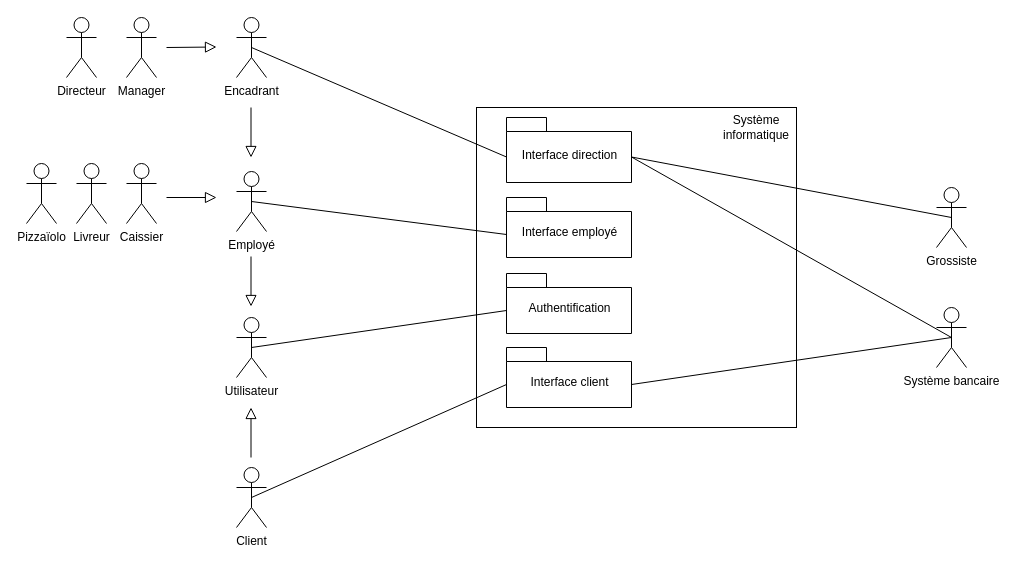
Above: Diagramme de packages.drawio in damien-devpy/OC-P4 (draw.io), before the change. Source tidied: cells renumbered, new cells numbered last; positions are measured from the earlier drawing's top-left corner, leaving out a move shared by most shapes. Both pictures are drawn from the tidied source at 100%, with x=0, y=0 at pixel (26, 17).
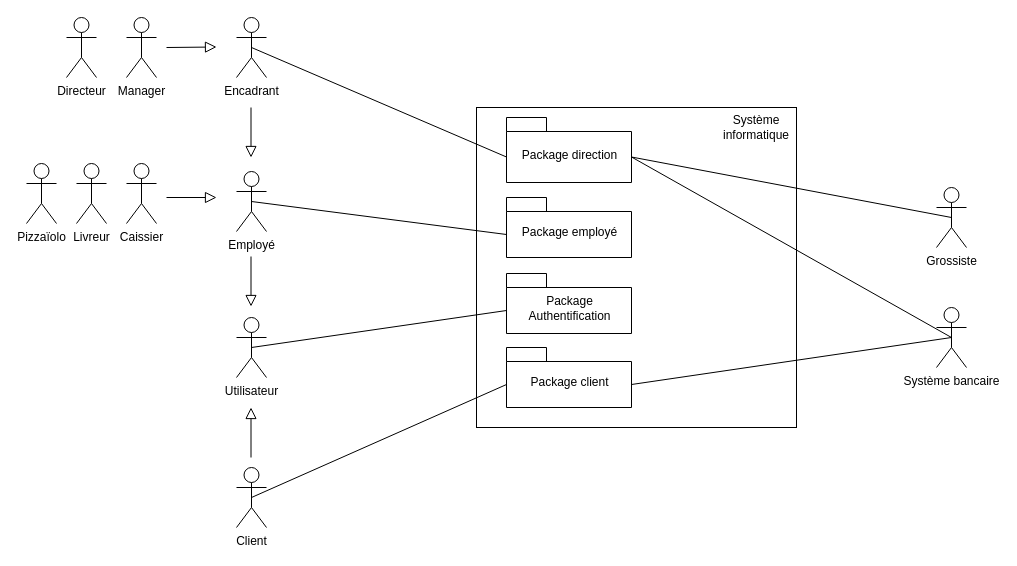
The same page after the edit.

Change to the diagram source:
```diff
@@
-    <mxCell id="4" value="&lt;span style=&quot;font-weight: normal&quot;&gt;Authentification&lt;/span&gt;" style="shape=folder;fontStyle=1;spacingTop=10;tabWidth=40;tabHeight=14;tabPosition=left;html=1;" parent="1" vertex="1">
+    <mxCell id="4" value="&lt;span style=&quot;font-weight: normal&quot;&gt;Package&lt;br&gt;Authentification&lt;/span&gt;" style="shape=folder;fontStyle=1;spacingTop=10;tabWidth=40;tabHeight=14;tabPosition=left;html=1;" parent="1" vertex="1">
       <mxGeometry x="480" y="256" width="125" height="60" as="geometry" />
     </mxCell>
-    <mxCell id="5" value="&lt;span style=&quot;font-weight: normal&quot;&gt;Interface employé&lt;/span&gt;" style="shape=folder;fontStyle=1;spacingTop=10;tabWidth=40;tabHeight=14;tabPosition=left;html=1;" parent="1" vertex="1">
+    <mxCell id="5" value="&lt;span style=&quot;font-weight: normal&quot;&gt;Package employé&lt;/span&gt;" style="shape=folder;fontStyle=1;spacingTop=10;tabWidth=40;tabHeight=14;tabPosition=left;html=1;" parent="1" vertex="1">
       <mxGeometry x="480" y="180" width="125" height="60" as="geometry" />
     </mxCell>
-    <mxCell id="6" value="&lt;span style=&quot;font-weight: normal&quot;&gt;Interface client&lt;/span&gt;" style="shape=folder;fontStyle=1;spacingTop=10;tabWidth=40;tabHeight=14;tabPosition=left;html=1;" parent="1" vertex="1">
+    <mxCell id="6" value="&lt;span style=&quot;font-weight: 400&quot;&gt;Package&lt;/span&gt;&lt;span style=&quot;font-weight: normal&quot;&gt;&amp;nbsp;client&lt;/span&gt;" style="shape=folder;fontStyle=1;spacingTop=10;tabWidth=40;tabHeight=14;tabPosition=left;html=1;" parent="1" vertex="1">
       <mxGeometry x="480" y="330" width="125" height="60" as="geometry" />
     </mxCell>
-    <mxCell id="7" value="&lt;span style=&quot;font-weight: normal&quot;&gt;Interface direction&lt;/span&gt;" style="shape=folder;fontStyle=1;spacingTop=10;tabWidth=40;tabHeight=14;tabPosition=left;html=1;" parent="1" vertex="1">
+    <mxCell id="7" value="&lt;span style=&quot;font-weight: normal&quot;&gt;Package direction&lt;/span&gt;" style="shape=folder;fontStyle=1;spacingTop=10;tabWidth=40;tabHeight=14;tabPosition=left;html=1;" parent="1" vertex="1">
       <mxGeometry x="480" y="100" width="125" height="65" as="geometry" />
     </mxCell>
```
